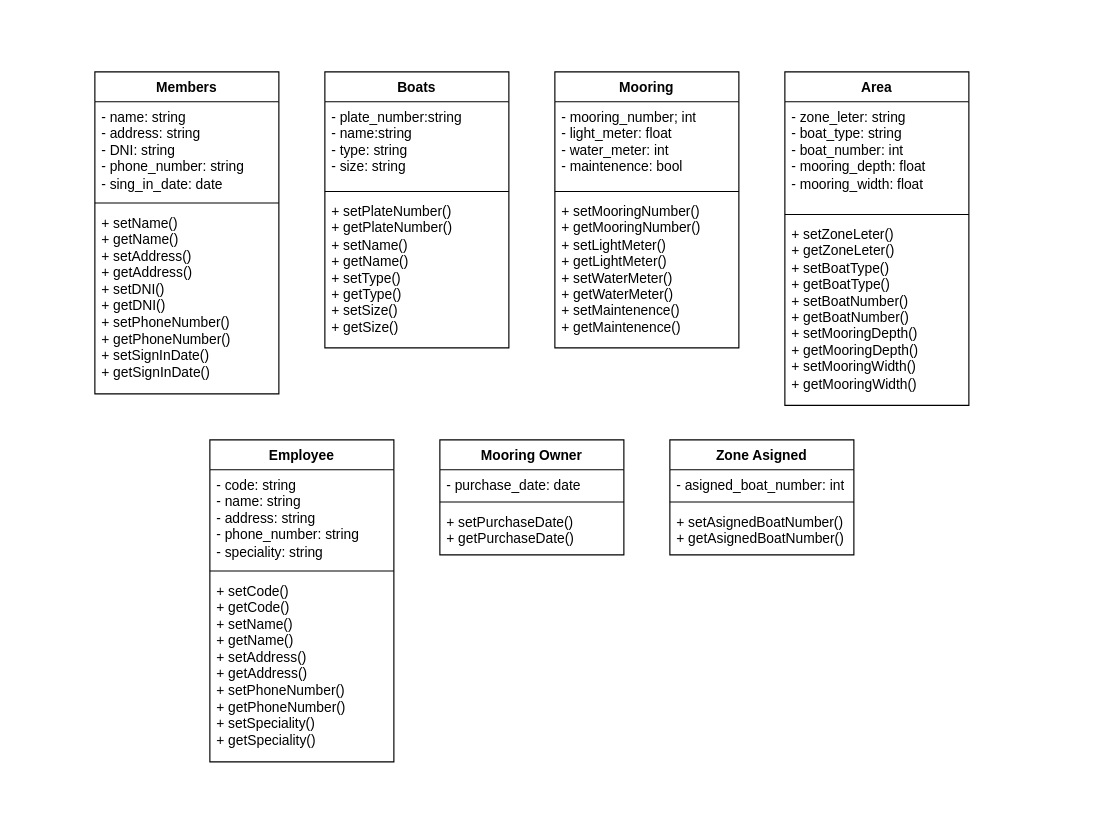
The draw.io diagram ut4/Pruebas draw.io/ClubNautico.drawio in Alex-Doga/etsdam_alejandro, before the edit. Source tidied: cells renumbered, new cells numbered last; positions are measured from the earlier drawing's top-left corner, leaving out a move shared by most shapes. Both pictures are drawn from the tidied source at 115%, with x=0, y=0 at pixel (94, 71).
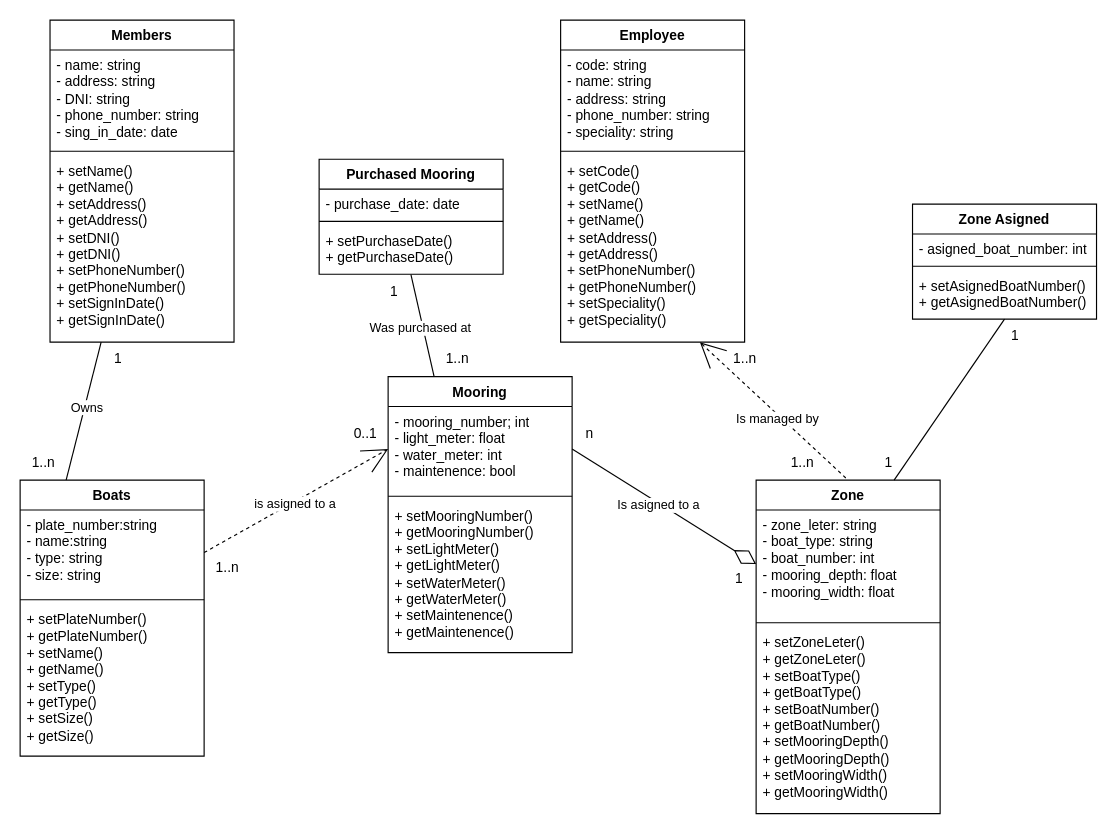
Above is the later version.

Commit message:
Cardinalidades de prueba añadidas

The change refers to these unchanged cells:
```xml
<mxCell id="7" value="- plate_number:string&lt;div&gt;- name:string&lt;/div&gt;&lt;div&gt;- type: string&lt;/div&gt;&lt;div&gt;- size: string&lt;/div&gt;" style="text;strokeColor=none;fillColor=none;align=left;verticalAlign=top;spacingLeft=4;spacingRight=4;overflow=hidden;points=[[0,0.5],[1,0.5]];portConstraint=eastwest;whiteSpace=wrap;html=1;" parent="6" vertex="1">
  <mxGeometry y="26" width="160" height="74" as="geometry" />
</mxCell>
<mxCell id="13" value="+ setCode()&lt;div&gt;+ getCode()&lt;/div&gt;&lt;div&gt;+ setName()&lt;/div&gt;&lt;div&gt;+ getName()&lt;/div&gt;&lt;div&gt;+ setAddress()&lt;/div&gt;&lt;div&gt;+ getAddress()&lt;/div&gt;&lt;div&gt;+ setPhoneNumber()&lt;/div&gt;&lt;div&gt;+ getPhoneNumber()&lt;/div&gt;&lt;div&gt;+ setSpeciality()&lt;/div&gt;&lt;div&gt;+ getSpeciality()&lt;/div&gt;" style="text;strokeColor=none;fillColor=none;align=left;verticalAlign=top;spacingLeft=4;spacingRight=4;overflow=hidden;points=[[0,0.5],[1,0.5]];portConstraint=eastwest;whiteSpace=wrap;html=1;" parent="10" vertex="1">
  <mxGeometry y="118" width="160" height="162" as="geometry" />
</mxCell>
<mxCell id="15" value="- mooring_number; int&lt;div&gt;- light_meter: float&lt;/div&gt;&lt;div&gt;- water_meter: int&lt;/div&gt;&lt;div&gt;- maintenence: bool&lt;/div&gt;" style="text;strokeColor=none;fillColor=none;align=left;verticalAlign=top;spacingLeft=4;spacingRight=4;overflow=hidden;points=[[0,0.5],[1,0.5]];portConstraint=eastwest;whiteSpace=wrap;html=1;" parent="14" vertex="1">
  <mxGeometry y="26" width="160" height="74" as="geometry" />
</mxCell>
<mxCell id="19" value="- zone_leter: string&lt;div&gt;- boat_type: string&lt;/div&gt;&lt;div&gt;- boat_number: int&lt;/div&gt;&lt;div&gt;- mooring_depth: float&lt;/div&gt;&lt;div&gt;- mooring_width: float&lt;/div&gt;" style="text;strokeColor=none;fillColor=none;align=left;verticalAlign=top;spacingLeft=4;spacingRight=4;overflow=hidden;points=[[0,0.5],[1,0.5]];portConstraint=eastwest;whiteSpace=wrap;html=1;" parent="18" vertex="1">
  <mxGeometry y="26" width="160" height="94" as="geometry" />
</mxCell>
<mxCell id="25" value="+ setPurchaseDate()&lt;div&gt;+ getPurchaseDate()&lt;/div&gt;" style="text;strokeColor=none;fillColor=none;align=left;verticalAlign=top;spacingLeft=4;spacingRight=4;overflow=hidden;points=[[0,0.5],[1,0.5]];portConstraint=eastwest;whiteSpace=wrap;html=1;" parent="22" vertex="1">
  <mxGeometry y="58" width="160" height="42" as="geometry" />
</mxCell>
```

What changed in the source:
```diff
@@
+    <mxCell id="30" style="edgeStyle=none;html=1;entryX=0.25;entryY=0;entryDx=0;entryDy=0;endArrow=none;endFill=0;startArrow=none;startFill=0;" parent="1" edge="1" source="2" target="6">
+      <mxGeometry relative="1" as="geometry" />
+    </mxCell>
+    <mxCell id="31" value="&amp;nbsp;Owns&amp;nbsp;" style="edgeLabel;html=1;align=center;verticalAlign=middle;" parent="30" vertex="1">
+      <mxGeometry x="-0.06" y="1" relative="1" as="geometry" />
+    </mxCell>
     <mxCell id="2" value="Members" style="swimlane;fontStyle=1;align=center;verticalAlign=top;horizontal=1;startSize=26;whiteSpace=wrap;html=1;" parent="1" vertex="1">
-      <mxGeometry width="160" height="280" as="geometry" />
+      <mxGeometry x="-39" y="-45" width="160" height="280" as="geometry" />
     </mxCell>
@@
     <mxCell id="6" value="Boats" style="swimlane;fontStyle=1;align=center;verticalAlign=top;horizontal=1;startSize=26;whiteSpace=wrap;html=1;" parent="1" vertex="1">
-      <mxGeometry x="200" width="160" height="240" as="geometry" />
+      <mxGeometry x="-65" y="355" width="160" height="240" as="geometry" />
     </mxCell>
@@
     <mxCell id="10" value="Employee" style="swimlane;fontStyle=1;align=center;verticalAlign=top;horizontal=1;startSize=26;whiteSpace=wrap;html=1;" parent="1" vertex="1">
-      <mxGeometry x="100" y="320" width="160" height="280" as="geometry" />
+      <mxGeometry x="405" y="-45" width="160" height="280" as="geometry" />
     </mxCell>
@@
     <mxCell id="14" value="Mooring" style="swimlane;fontStyle=1;align=center;verticalAlign=top;horizontal=1;startSize=26;whiteSpace=wrap;html=1;" parent="1" vertex="1">
-      <mxGeometry x="400" width="160" height="240" as="geometry" />
+      <mxGeometry x="255" y="265" width="160" height="240" as="geometry" />
     </mxCell>
@@
-    <mxCell id="18" value="Area" style="swimlane;fontStyle=1;align=center;verticalAlign=top;horizontal=1;startSize=26;whiteSpace=wrap;html=1;" parent="1" vertex="1">
-      <mxGeometry x="600" width="160" height="290" as="geometry" />
+    <mxCell id="18" value="Zone" style="swimlane;fontStyle=1;align=center;verticalAlign=top;horizontal=1;startSize=26;whiteSpace=wrap;html=1;" parent="1" vertex="1">
+      <mxGeometry x="575" y="355" width="160" height="290" as="geometry" />
     </mxCell>
@@
-    <mxCell id="22" value="Mooring Owner" style="swimlane;fontStyle=1;align=center;verticalAlign=top;horizontal=1;startSize=26;whiteSpace=wrap;html=1;" parent="1" vertex="1">
-      <mxGeometry x="300" y="320" width="160" height="100" as="geometry" />
+    <mxCell id="22" value="Purchased Mooring" style="swimlane;fontStyle=1;align=center;verticalAlign=top;horizontal=1;startSize=26;whiteSpace=wrap;html=1;" parent="1" vertex="1">
+      <mxGeometry x="195" y="76" width="160" height="100" as="geometry" />
     </mxCell>
@@
+    <mxCell id="32" style="edgeStyle=none;html=1;exitX=0.5;exitY=1;exitDx=0;exitDy=0;entryX=0.75;entryY=0;entryDx=0;entryDy=0;endArrow=none;endFill=0;startArrow=none;startFill=0;targetPerimeterSpacing=0;startSize=20;" parent="1" edge="1" source="26" target="18">
+      <mxGeometry relative="1" as="geometry" />
+    </mxCell>
     <mxCell id="26" value="Zone Asigned" style="swimlane;fontStyle=1;align=center;verticalAlign=top;horizontal=1;startSize=26;whiteSpace=wrap;html=1;" parent="1" vertex="1">
-      <mxGeometry x="500" y="320" width="160" height="100" as="geometry" />
+      <mxGeometry x="711" y="115" width="160" height="100" as="geometry" />
     </mxCell>
@@
+    <mxCell id="33" value="1" style="text;html=1;align=center;verticalAlign=middle;strokeColor=none;fillColor=none;" parent="1" vertex="1">
+      <mxGeometry x="5" y="235" width="30" height="30" as="geometry" />
+    </mxCell>
+    <mxCell id="34" value="1..n" style="text;html=1;align=center;verticalAlign=middle;strokeColor=none;fillColor=none;" parent="1" vertex="1">
+      <mxGeometry x="-65" y="325" width="40" height="30" as="geometry" />
+    </mxCell>
+    <mxCell id="35" style="edgeStyle=none;html=1;exitX=1;exitY=0.5;exitDx=0;exitDy=0;entryX=0;entryY=0.5;entryDx=0;entryDy=0;endArrow=diamondThin;endFill=0;endSize=20;" parent="1" edge="1" source="15" target="19">
+      <mxGeometry relative="1" as="geometry" />
+    </mxCell>
+    <mxCell id="36" value="&amp;nbsp;Is asigned to a&amp;nbsp;" style="edgeLabel;html=1;align=center;verticalAlign=middle;" parent="35" vertex="1">
+      <mxGeometry x="-0.06" y="-2" relative="1" as="geometry" />
+    </mxCell>
+    <mxCell id="37" style="edgeStyle=none;html=1;exitX=0.757;exitY=1.001;exitDx=0;exitDy=0;entryX=0.5;entryY=0;entryDx=0;entryDy=0;endArrow=none;endFill=0;dashed=1;endSize=20;startArrow=open;startFill=0;startSize=20;exitPerimeter=0;" parent="1" edge="1" source="13" target="18">
+      <mxGeometry relative="1" as="geometry" />
+    </mxCell>
+    <mxCell id="38" value="&amp;nbsp;Is managed by&amp;nbsp;&amp;nbsp;" style="edgeLabel;html=1;align=center;verticalAlign=middle;" parent="37" vertex="1">
+      <mxGeometry x="0.08" y="-2" relative="1" as="geometry" />
+    </mxCell>
+    <mxCell id="39" value="1..n" style="text;html=1;align=center;verticalAlign=middle;strokeColor=none;fillColor=none;" parent="1" vertex="1">
+      <mxGeometry x="595" y="325" width="40" height="30" as="geometry" />
+    </mxCell>
+    <mxCell id="40" value="1..n" style="text;html=1;align=center;verticalAlign=middle;strokeColor=none;fillColor=none;" parent="1" vertex="1">
+      <mxGeometry x="545" y="235" width="40" height="30" as="geometry" />
+    </mxCell>
+    <mxCell id="41" style="edgeStyle=none;html=1;exitX=1;exitY=0.5;exitDx=0;exitDy=0;entryX=0;entryY=0.5;entryDx=0;entryDy=0;endArrow=open;endFill=0;endSize=20;dashed=1;" parent="1" edge="1" source="7" target="15">
+      <mxGeometry relative="1" as="geometry" />
+    </mxCell>
+    <mxCell id="42" value="&amp;nbsp;is asigned to a&amp;nbsp;" style="edgeLabel;html=1;align=center;verticalAlign=middle;" parent="41" vertex="1">
+      <mxGeometry x="-0.03" y="-1" relative="1" as="geometry" />
+    </mxCell>
+    <mxCell id="43" value="0..1" style="text;html=1;align=center;verticalAlign=middle;strokeColor=none;fillColor=none;" parent="1" vertex="1">
+      <mxGeometry x="215" y="300" width="40" height="30" as="geometry" />
+    </mxCell>
+    <mxCell id="44" value="1..n" style="text;html=1;align=center;verticalAlign=middle;strokeColor=none;fillColor=none;" parent="1" vertex="1">
+      <mxGeometry x="95" y="416" width="40" height="30" as="geometry" />
+    </mxCell>
+    <mxCell id="45" value="n" style="text;html=1;align=center;verticalAlign=middle;strokeColor=none;fillColor=none;" parent="1" vertex="1">
+      <mxGeometry x="415" y="300" width="30" height="30" as="geometry" />
+    </mxCell>
+    <mxCell id="46" value="1" style="text;html=1;align=center;verticalAlign=middle;strokeColor=none;fillColor=none;" parent="1" vertex="1">
+      <mxGeometry x="545" y="426" width="30" height="30" as="geometry" />
+    </mxCell>
+    <mxCell id="47" value="1" style="text;html=1;align=center;verticalAlign=middle;strokeColor=none;fillColor=none;" parent="1" vertex="1">
+      <mxGeometry x="675" y="325" width="30" height="30" as="geometry" />
+    </mxCell>
+    <mxCell id="48" value="1" style="text;html=1;align=center;verticalAlign=middle;strokeColor=none;fillColor=none;" parent="1" vertex="1">
+      <mxGeometry x="785" y="215" width="30" height="30" as="geometry" />
+    </mxCell>
+    <mxCell id="49" style="edgeStyle=none;html=1;exitX=0.499;exitY=1.005;exitDx=0;exitDy=0;entryX=0.25;entryY=0;entryDx=0;entryDy=0;endArrow=none;endFill=0;startArrow=none;startFill=0;startSize=20;exitPerimeter=0;" parent="1" edge="1" source="25" target="14">
+      <mxGeometry relative="1" as="geometry" />
+    </mxCell>
+    <mxCell id="50" value="&amp;nbsp;Was purchased at&amp;nbsp;" style="edgeLabel;html=1;align=center;verticalAlign=middle;" parent="49" vertex="1">
+      <mxGeometry x="0.09" y="1" relative="1" as="geometry">
+        <mxPoint x="-4" y="-2" as="offset" />
+      </mxGeometry>
+    </mxCell>
+    <mxCell id="51" value="1..n" style="text;html=1;align=center;verticalAlign=middle;strokeColor=none;fillColor=none;" parent="1" vertex="1">
+      <mxGeometry x="295" y="235" width="40" height="30" as="geometry" />
+    </mxCell>
+    <mxCell id="52" value="1" style="text;html=1;align=center;verticalAlign=middle;strokeColor=none;fillColor=none;" parent="1" vertex="1">
+      <mxGeometry x="245" y="176" width="30" height="30" as="geometry" />
+    </mxCell>
```
